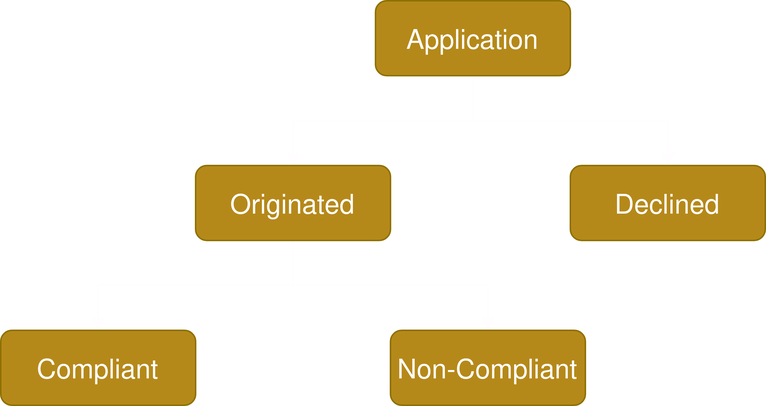
Earlier version of the draw.io export static/img/klearprofile.png (agmoss/klearlink). Source tidied: cells renumbered, new cells last; positions are measured from the earlier drawing's top-left corner, leaving out a move shared by most shapes. The source it was exported from:
```xml
<mxGraphModel>
  <root>
    <mxCell id="0" />
    <mxCell id="1" parent="0" />
    <mxCell id="2" style="edgeStyle=orthogonalEdgeStyle;rounded=0;jettySize=auto;html=1;" parent="1" edge="1" source="4" target="8">
      <mxGeometry relative="1" as="geometry" />
    </mxCell>
    <mxCell id="3" style="edgeStyle=orthogonalEdgeStyle;rounded=0;jettySize=auto;html=1;" parent="1" edge="1" source="4" target="5">
      <mxGeometry relative="1" as="geometry" />
    </mxCell>
    <mxCell id="4" value="Application" style="rounded=1;whiteSpace=wrap;html=1;fontSize=18;glass=0;strokeWidth=1;shadow=0;fillColor=#9C7200;fontColor=#000000;strokeColor=#B09500;" parent="1" vertex="1">
      <mxGeometry x="250" width="130" height="50" as="geometry" />
    </mxCell>
    <mxCell id="5" value="Declined" style="rounded=1;whiteSpace=wrap;html=1;fontSize=18;glass=0;strokeWidth=1;shadow=0;fillColor=#9C7200;fontColor=#000000;strokeColor=#B09500;" parent="1" vertex="1">
      <mxGeometry x="380" y="110" width="130" height="50" as="geometry" />
    </mxCell>
    <mxCell id="6" style="edgeStyle=orthogonalEdgeStyle;rounded=0;jettySize=auto;html=1;" parent="1" edge="1" source="8" target="9">
      <mxGeometry relative="1" as="geometry" />
    </mxCell>
    <mxCell id="7" style="edgeStyle=orthogonalEdgeStyle;rounded=0;jettySize=auto;html=1;" parent="1" edge="1" source="8" target="10">
      <mxGeometry relative="1" as="geometry" />
    </mxCell>
    <mxCell id="8" value="&lt;div style=&quot;font-size: 18px;&quot;&gt;Originated&lt;/div&gt;" style="rounded=1;whiteSpace=wrap;html=1;fontSize=18;glass=0;strokeWidth=1;shadow=0;fillColor=#9C7200;fontColor=#000000;strokeColor=#B09500;" parent="1" vertex="1">
      <mxGeometry x="130" y="110" width="130" height="50" as="geometry" />
    </mxCell>
    <mxCell id="9" value="Compliant" style="rounded=1;whiteSpace=wrap;html=1;fontSize=18;glass=0;strokeWidth=1;shadow=0;fillColor=#9C7200;fontColor=#000000;strokeColor=#B09500;" parent="1" vertex="1">
      <mxGeometry y="220" width="130" height="50" as="geometry" />
    </mxCell>
    <mxCell id="10" value="&lt;div style=&quot;font-size: 18px;&quot;&gt;Non-Compliant&lt;/div&gt;" style="rounded=1;whiteSpace=wrap;html=1;fontSize=18;glass=0;strokeWidth=1;shadow=0;fillColor=#9C7200;fontColor=#000000;strokeColor=#B09500;" parent="1" vertex="1">
      <mxGeometry x="260" y="220" width="130" height="50" as="geometry" />
    </mxCell>
  </root>
</mxGraphModel>
```
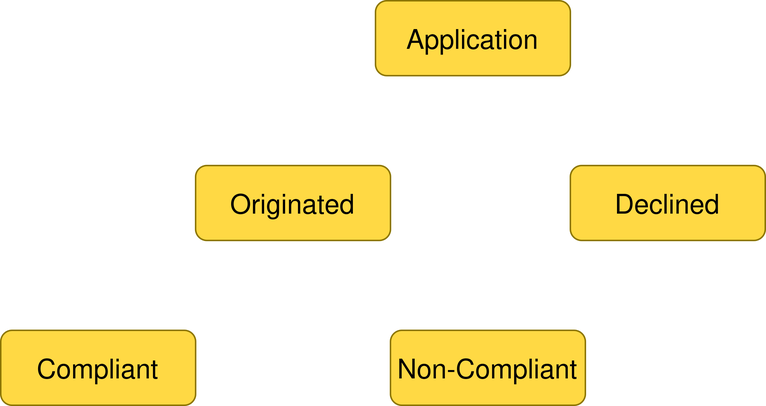
The same file after the commit.

Diff of the diagram source:
```diff
@@ -8,10 +8,10 @@
     <mxCell id="3" style="edgeStyle=orthogonalEdgeStyle;rounded=0;jettySize=auto;html=1;" parent="1" edge="1" source="4" target="5">
       <mxGeometry relative="1" as="geometry" />
     </mxCell>
-    <mxCell id="4" value="Application" style="rounded=1;whiteSpace=wrap;html=1;fontSize=18;glass=0;strokeWidth=1;shadow=0;fillColor=#9C7200;fontColor=#000000;strokeColor=#B09500;" parent="1" vertex="1">
+    <mxCell id="4" value="&lt;span style=&quot;color: light-dark(rgb(0, 0, 0), rgb(0, 0, 0));&quot;&gt;Application&lt;/span&gt;" style="rounded=1;whiteSpace=wrap;html=1;fontSize=18;glass=0;strokeWidth=1;shadow=0;fillColor=light-dark(#9C7200, #ffd944);fontColor=#000000;strokeColor=#B09500;" parent="1" vertex="1">
       <mxGeometry x="250" width="130" height="50" as="geometry" />
     </mxCell>
-    <mxCell id="5" value="Declined" style="rounded=1;whiteSpace=wrap;html=1;fontSize=18;glass=0;strokeWidth=1;shadow=0;fillColor=#9C7200;fontColor=#000000;strokeColor=#B09500;" parent="1" vertex="1">
+    <mxCell id="5" value="&lt;span style=&quot;color: light-dark(rgb(0, 0, 0), rgb(0, 0, 0));&quot;&gt;Declined&lt;/span&gt;" style="rounded=1;whiteSpace=wrap;html=1;fontSize=18;glass=0;strokeWidth=1;shadow=0;fillColor=light-dark(#9C7200, #ffd944);fontColor=#000000;strokeColor=#B09500;" parent="1" vertex="1">
       <mxGeometry x="380" y="110" width="130" height="50" as="geometry" />
     </mxCell>
     <mxCell id="6" style="edgeStyle=orthogonalEdgeStyle;rounded=0;jettySize=auto;html=1;" parent="1" edge="1" source="8" target="9">
@@ -20,13 +20,13 @@
     <mxCell id="7" style="edgeStyle=orthogonalEdgeStyle;rounded=0;jettySize=auto;html=1;" parent="1" edge="1" source="8" target="10">
       <mxGeometry relative="1" as="geometry" />
     </mxCell>
-    <mxCell id="8" value="&lt;div style=&quot;font-size: 18px;&quot;&gt;Originated&lt;/div&gt;" style="rounded=1;whiteSpace=wrap;html=1;fontSize=18;glass=0;strokeWidth=1;shadow=0;fillColor=#9C7200;fontColor=#000000;strokeColor=#B09500;" parent="1" vertex="1">
+    <mxCell id="8" value="&lt;div style=&quot;font-size: 18px;&quot;&gt;&lt;span style=&quot;color: light-dark(rgb(0, 0, 0), rgb(0, 0, 0));&quot;&gt;Originated&lt;/span&gt;&lt;/div&gt;" style="rounded=1;whiteSpace=wrap;html=1;fontSize=18;glass=0;strokeWidth=1;shadow=0;fillColor=light-dark(#9C7200, #ffd944);fontColor=#000000;strokeColor=#B09500;" parent="1" vertex="1">
       <mxGeometry x="130" y="110" width="130" height="50" as="geometry" />
     </mxCell>
-    <mxCell id="9" value="Compliant" style="rounded=1;whiteSpace=wrap;html=1;fontSize=18;glass=0;strokeWidth=1;shadow=0;fillColor=#9C7200;fontColor=#000000;strokeColor=#B09500;" parent="1" vertex="1">
+    <mxCell id="9" value="&lt;span style=&quot;color: light-dark(rgb(0, 0, 0), rgb(0, 0, 0));&quot;&gt;Compliant&lt;/span&gt;" style="rounded=1;whiteSpace=wrap;html=1;fontSize=18;glass=0;strokeWidth=1;shadow=0;fillColor=light-dark(#9C7200, #ffd944);fontColor=#000000;strokeColor=#B09500;" parent="1" vertex="1">
       <mxGeometry y="220" width="130" height="50" as="geometry" />
     </mxCell>
-    <mxCell id="10" value="&lt;div style=&quot;font-size: 18px;&quot;&gt;Non-Compliant&lt;/div&gt;" style="rounded=1;whiteSpace=wrap;html=1;fontSize=18;glass=0;strokeWidth=1;shadow=0;fillColor=#9C7200;fontColor=#000000;strokeColor=#B09500;" parent="1" vertex="1">
+    <mxCell id="10" value="&lt;div style=&quot;font-size: 18px;&quot;&gt;&lt;span style=&quot;color: light-dark(rgb(0, 0, 0), rgb(0, 0, 0));&quot;&gt;Non-Compliant&lt;/span&gt;&lt;/div&gt;" style="rounded=1;whiteSpace=wrap;html=1;fontSize=18;glass=0;strokeWidth=1;shadow=0;fillColor=light-dark(#9C7200, #ffd944);fontColor=#000000;strokeColor=#B09500;" parent="1" vertex="1">
       <mxGeometry x="260" y="220" width="130" height="50" as="geometry" />
     </mxCell>
   </root>
```
